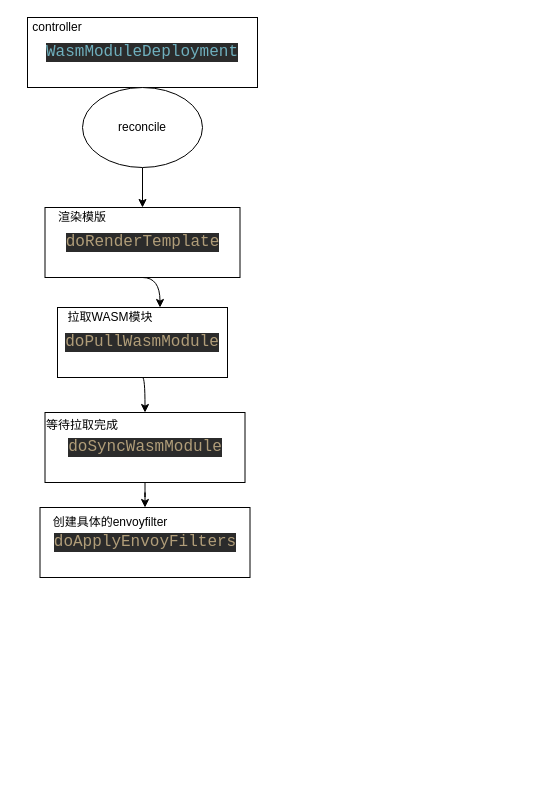
This is IMG/6.drawio from luohua13/Bluefairy, a draw.io file, before an edit. Source tidied: cells renumbered, new cells numbered last; positions are measured from the earlier drawing's top-left corner, leaving out a move shared by most shapes. Both pictures are drawn from the tidied source at 100%, with x=0, y=0 at pixel (17, 17).
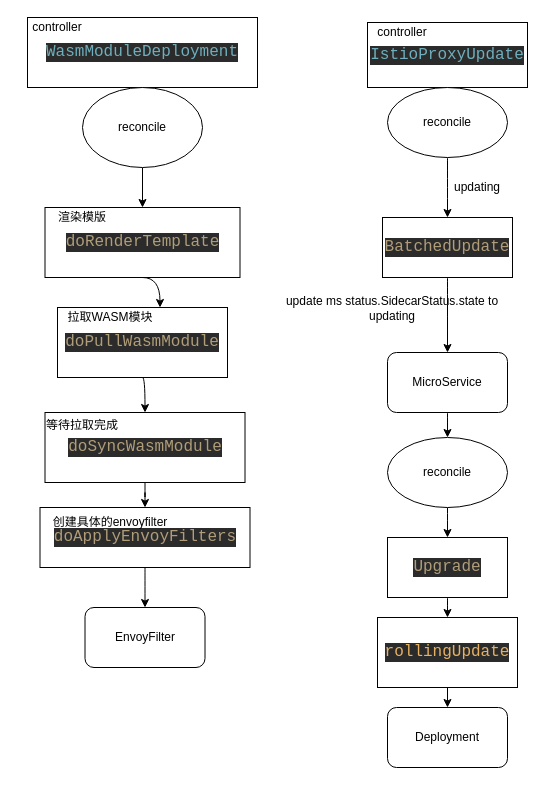
The same page after the edit.

Diff of the diagram source:
```diff
@@
+    <mxCell id="17" style="edgeStyle=orthogonalEdgeStyle;curved=1;rounded=0;jettySize=auto;html=1;" parent="1" edge="1" source="14" target="28">
+      <mxGeometry relative="1" as="geometry" />
+    </mxCell>
     <mxCell id="14" value="&lt;pre style=&quot;background-color: #2b2b2b ; color: #a9b7c6 ; font-family: &amp;#34;menlo-regular&amp;#34; , monospace ; font-size: 12.0pt&quot;&gt;&lt;span style=&quot;color: #b09d79&quot;&gt;doApplyEnvoyFilters&lt;/span&gt;&lt;/pre&gt;" style="rounded=0;whiteSpace=wrap;html=1;" parent="1" vertex="1">
-      <mxGeometry x="22.5" y="490" width="210" height="70" as="geometry" />
+      <mxGeometry x="22.5" y="490" width="210" height="60" as="geometry" />
     </mxCell>
@@
+    <mxCell id="18" value="&lt;pre style=&quot;background-color: #2b2b2b ; color: #a9b7c6 ; font-family: &amp;#34;menlo-regular&amp;#34; , monospace ; font-size: 12.0pt&quot;&gt;&lt;span style=&quot;color: #6fafbd&quot;&gt;IstioProxyUpdate&lt;/span&gt;&lt;/pre&gt;" style="rounded=0;whiteSpace=wrap;html=1;" parent="1" vertex="1">
+      <mxGeometry x="350" y="5" width="160" height="65" as="geometry" />
+    </mxCell>
+    <mxCell id="19" style="edgeStyle=orthogonalEdgeStyle;curved=1;rounded=0;jettySize=auto;html=1;exitX=0.5;exitY=1;exitDx=0;exitDy=0;entryX=0.5;entryY=0;entryDx=0;entryDy=0;" parent="1" edge="1" source="20" target="22">
+      <mxGeometry relative="1" as="geometry" />
+    </mxCell>
+    <mxCell id="20" value="reconcile" style="ellipse;whiteSpace=wrap;html=1;" parent="1" vertex="1">
+      <mxGeometry x="370" y="70" width="120" height="70" as="geometry" />
+    </mxCell>
+    <mxCell id="21" style="edgeStyle=orthogonalEdgeStyle;curved=1;rounded=0;jettySize=auto;html=1;exitX=0.5;exitY=1;exitDx=0;exitDy=0;entryX=0.5;entryY=0;entryDx=0;entryDy=0;" parent="1" edge="1" source="22" target="25">
+      <mxGeometry relative="1" as="geometry" />
+    </mxCell>
+    <mxCell id="22" value="&lt;pre style=&quot;background-color: #2b2b2b ; color: #a9b7c6 ; font-family: &amp;#34;menlo-regular&amp;#34; , monospace ; font-size: 12.0pt&quot;&gt;&lt;span style=&quot;color: #b09d79&quot;&gt;BatchedUpdate&lt;/span&gt;&lt;/pre&gt;" style="rounded=0;whiteSpace=wrap;html=1;" parent="1" vertex="1">
+      <mxGeometry x="365" y="200" width="130" height="60" as="geometry" />
+    </mxCell>
+    <mxCell id="23" value="updating" style="text;html=1;strokeColor=none;fillColor=none;align=center;verticalAlign=middle;whiteSpace=wrap;rounded=0;" parent="1" vertex="1">
+      <mxGeometry x="440" y="160" width="40" height="20" as="geometry" />
+    </mxCell>
+    <mxCell id="24" style="edgeStyle=orthogonalEdgeStyle;curved=1;rounded=0;jettySize=auto;html=1;exitX=0.5;exitY=1;exitDx=0;exitDy=0;entryX=0.5;entryY=0;entryDx=0;entryDy=0;" parent="1" edge="1" source="25" target="30">
+      <mxGeometry relative="1" as="geometry" />
+    </mxCell>
+    <mxCell id="25" value="&lt;span&gt;MicroService&lt;/span&gt;" style="rounded=1;whiteSpace=wrap;html=1;" parent="1" vertex="1">
+      <mxGeometry x="370" y="335" width="120" height="60" as="geometry" />
+    </mxCell>
+    <mxCell id="26" value="update ms status.SidecarStatus.state to updating" style="text;html=1;strokeColor=none;fillColor=none;align=center;verticalAlign=middle;whiteSpace=wrap;rounded=0;" parent="1" vertex="1">
+      <mxGeometry x="250" y="290" width="250" as="geometry" />
+    </mxCell>
+    <mxCell id="27" value="controller" style="text;html=1;strokeColor=none;fillColor=none;align=center;verticalAlign=middle;whiteSpace=wrap;rounded=0;" parent="1" vertex="1">
+      <mxGeometry x="365" y="5" width="40" height="20" as="geometry" />
+    </mxCell>
+    <mxCell id="28" value="EnvoyFilter" style="rounded=1;whiteSpace=wrap;html=1;" parent="1" vertex="1">
+      <mxGeometry x="67.5" y="590" width="120" height="60" as="geometry" />
+    </mxCell>
+    <mxCell id="29" style="edgeStyle=orthogonalEdgeStyle;curved=1;rounded=0;jettySize=auto;html=1;exitX=0.5;exitY=1;exitDx=0;exitDy=0;entryX=0.5;entryY=0;entryDx=0;entryDy=0;" parent="1" edge="1" source="30" target="32">
+      <mxGeometry relative="1" as="geometry" />
+    </mxCell>
+    <mxCell id="30" value="reconcile" style="ellipse;whiteSpace=wrap;html=1;" parent="1" vertex="1">
+      <mxGeometry x="370" y="420" width="120" height="70" as="geometry" />
+    </mxCell>
+    <mxCell id="31" style="edgeStyle=orthogonalEdgeStyle;curved=1;rounded=0;jettySize=auto;html=1;exitX=0.5;exitY=1;exitDx=0;exitDy=0;entryX=0.5;entryY=0;entryDx=0;entryDy=0;" parent="1" edge="1" source="32" target="34">
+      <mxGeometry relative="1" as="geometry" />
+    </mxCell>
+    <mxCell id="32" value="&lt;pre style=&quot;background-color: #2b2b2b ; color: #a9b7c6 ; font-family: &amp;#34;menlo-regular&amp;#34; , monospace ; font-size: 12.0pt&quot;&gt;&lt;span style=&quot;color: #b09d79&quot;&gt;Upgrade&lt;/span&gt;&lt;/pre&gt;" style="rounded=0;whiteSpace=wrap;html=1;" parent="1" vertex="1">
+      <mxGeometry x="370" y="520" width="120" height="60" as="geometry" />
+    </mxCell>
+    <mxCell id="33" style="edgeStyle=orthogonalEdgeStyle;curved=1;rounded=0;jettySize=auto;html=1;exitX=0.5;exitY=1;exitDx=0;exitDy=0;" parent="1" edge="1" source="34" target="35">
+      <mxGeometry relative="1" as="geometry" />
+    </mxCell>
+    <mxCell id="34" value="&lt;pre style=&quot;background-color: #2b2b2b ; color: #a9b7c6 ; font-family: &amp;#34;menlo-regular&amp;#34; , monospace ; font-size: 12.0pt&quot;&gt;&lt;span style=&quot;color: #e6b163&quot;&gt;rollingUpdate&lt;/span&gt;&lt;/pre&gt;" style="rounded=0;whiteSpace=wrap;html=1;" parent="1" vertex="1">
+      <mxGeometry x="360" y="600" width="140" height="70" as="geometry" />
+    </mxCell>
+    <mxCell id="35" value="Deployment" style="rounded=1;whiteSpace=wrap;html=1;" parent="1" vertex="1">
+      <mxGeometry x="370" y="690" width="120" height="60" as="geometry" />
+    </mxCell>
```
